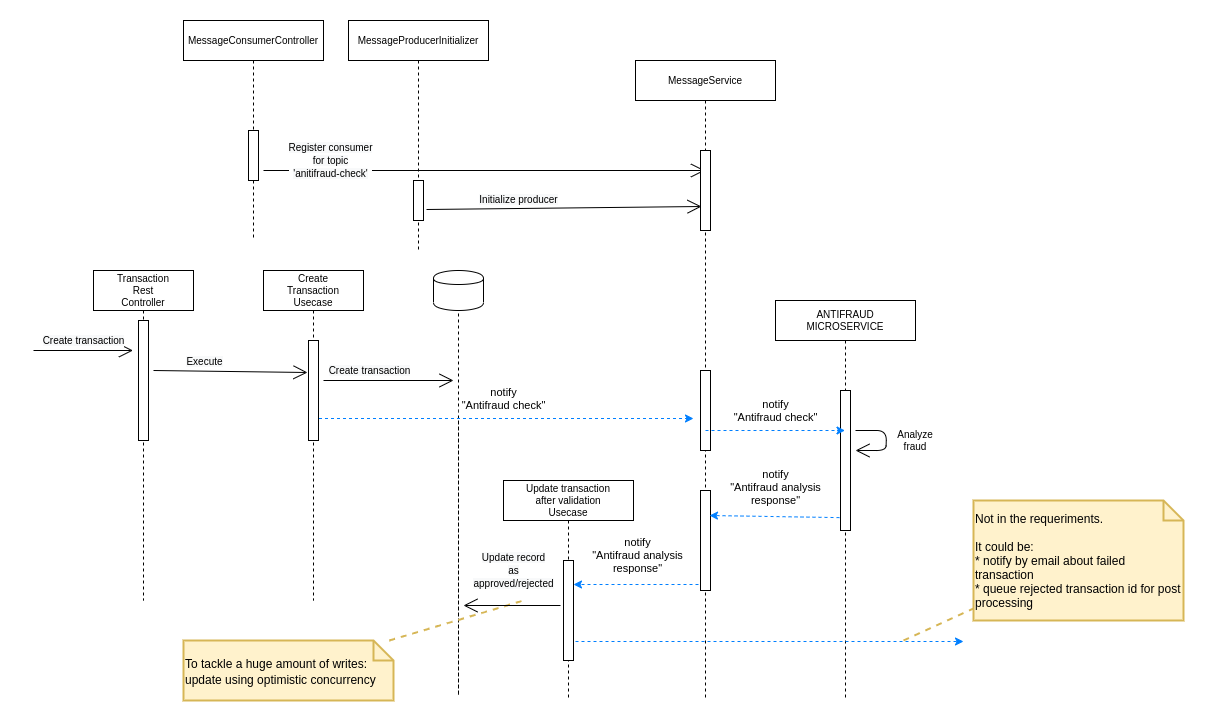
The draw.io diagram images/transaction-microservice-detailed-sequence-diagram.png in yaperos/app-nodejs-codechallenge, before a commit. Source tidied: cells renumbered, new cells last; positions are measured from the earlier drawing's top-left corner, leaving out a move shared by most shapes.
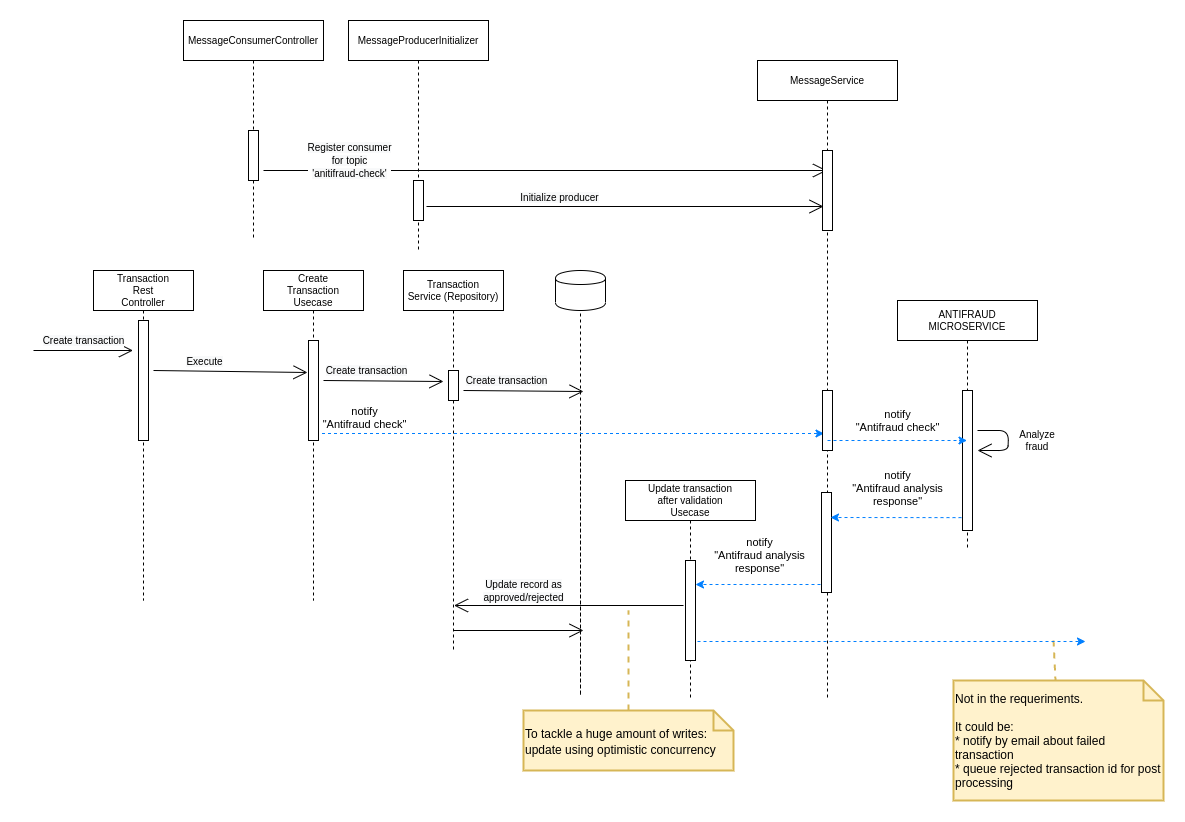
The same file after the commit.

Commit message:
detailed sequence diagram of Transaction microservice

What changed in the source:
```diff
@@ -15,14 +15,14 @@
       <mxGeometry x="45" y="50" width="10" height="120" as="geometry" />
     </mxCell>
     <mxCell id="6" style="shape=cylinder;whiteSpace=wrap;html=1;boundedLbl=1;backgroundOutline=1;" parent="1" vertex="1">
-      <mxGeometry x="400" y="250" width="50" height="40" as="geometry" />
+      <mxGeometry x="522" y="250" width="50" height="40" as="geometry" />
     </mxCell>
     <mxCell id="7" style="endArrow=none;dashed=1;html=1;entryX=0.5;entryY=1;entryDx=0;entryDy=0;" parent="1" edge="1" target="6">
       <mxGeometry relative="1" as="geometry">
-        <mxPoint x="425" y="400" as="sourcePoint" />
+        <mxPoint x="547" y="400" as="sourcePoint" />
         <Array as="points">
-          <mxPoint x="425" y="680" />
-          <mxPoint x="425" y="400" />
+          <mxPoint x="547" y="680" />
+          <mxPoint x="547" y="400" />
         </Array>
       </mxGeometry>
     </mxCell>
@@ -32,20 +32,20 @@
       </mxGeometry>
     </mxCell>
     <mxCell id="9" value="notify&lt;br&gt;&quot;Antifraud check&quot;" style="endArrow=classic;html=1;dashed=1;strokeColor=#007FFF;" parent="1" edge="1">
-      <mxGeometry y="20" relative="1" as="geometry">
-        <mxPoint x="279.5" y="398" as="sourcePoint" />
-        <mxPoint x="660" y="398" as="targetPoint" />
+      <mxGeometry x="-0.79" y="16" relative="1" as="geometry">
+        <mxPoint x="276.5" y="413" as="sourcePoint" />
+        <mxPoint x="790.5" y="413" as="targetPoint" />
       </mxGeometry>
     </mxCell>
     <mxCell id="10" value="Analyze fraud" style="text;html=1;strokeColor=none;fillColor=none;align=center;verticalAlign=middle;whiteSpace=wrap;rounded=0;fontSize=10;" parent="1" vertex="1">
-      <mxGeometry x="862" y="410" width="40" height="20" as="geometry" />
+      <mxGeometry x="984" y="410" width="40" height="20" as="geometry" />
     </mxCell>
     <mxCell id="11" value="&lt;font style=&quot;font-size: 12px&quot;&gt;To tackle a huge amount of writes:&lt;br&gt;update using&amp;nbsp;optimistic concurrency&lt;/font&gt;" style="shape=note;strokeWidth=2;fontSize=14;size=20;whiteSpace=wrap;html=1;fillColor=#fff2cc;strokeColor=#d6b656;align=left;" parent="1" vertex="1">
-      <mxGeometry x="150" y="620" width="210" height="60" as="geometry" />
+      <mxGeometry x="490" y="690" width="210" height="60" as="geometry" />
     </mxCell>
     <mxCell id="12" style="rounded=0;jettySize=auto;html=1;labelBackgroundColor=#E6F2F8;startArrow=none;startFill=0;endArrow=none;endFill=0;fontSize=12;fontColor=#003300;dashed=1;fillColor=#fff2cc;strokeColor=#d6b656;strokeWidth=2;" parent="1" edge="1" source="11">
       <mxGeometry relative="1" as="geometry">
-        <mxPoint x="490" y="580" as="targetPoint" />
+        <mxPoint x="595" y="590" as="targetPoint" />
       </mxGeometry>
     </mxCell>
     <mxCell id="13" value="MessageProducerInitializer" style="shape=umlLifeline;perimeter=lifelinePerimeter;whiteSpace=wrap;html=1;fontSize=10;" parent="1" vertex="1">
@@ -56,26 +56,27 @@
     </mxCell>
     <mxCell id="15" style="endArrow=open;endFill=1;endSize=12;html=1;" parent="1" edge="1">
       <mxGeometry relative="1" as="geometry">
-        <mxPoint x="822" y="410" as="sourcePoint" />
-        <mxPoint x="822" y="430" as="targetPoint" />
+        <mxPoint x="944" y="410" as="sourcePoint" />
+        <mxPoint x="944" y="430" as="targetPoint" />
         <Array as="points">
-          <mxPoint x="853" y="410" />
-          <mxPoint x="852.5" y="430" />
+          <mxPoint x="975" y="410" />
+          <mxPoint x="974.5" y="430" />
         </Array>
       </mxGeometry>
     </mxCell>
     <mxCell id="16" value="MessageService" style="shape=umlLifeline;perimeter=lifelinePerimeter;whiteSpace=wrap;html=1;outlineConnect=0;fontSize=10;" parent="1" vertex="1">
-      <mxGeometry x="602" y="40" width="140" height="640" as="geometry" />
+      <mxGeometry x="724" y="40" width="140" height="640" as="geometry" />
     </mxCell>
     <mxCell id="17" style="html=1;points=[];perimeter=orthogonalPerimeter;" parent="16" vertex="1">
       <mxGeometry x="65" y="90" width="10" height="80" as="geometry" />
     </mxCell>
     <mxCell id="18" style="html=1;points=[];perimeter=orthogonalPerimeter;" parent="16" vertex="1">
-      <mxGeometry x="65" y="430" width="10" height="100" as="geometry" />
+      <mxGeometry x="64" y="432" width="10" height="100" as="geometry" />
     </mxCell>
-    <mxCell id="19" value="&lt;span style=&quot;font-size: 10px ; background-color: rgb(248 , 249 , 250)&quot;&gt;Initialize producer&lt;/span&gt;" style="endArrow=open;endFill=1;endSize=12;html=1;exitX=1.5;exitY=0.725;exitDx=0;exitDy=0;exitPerimeter=0;entryX=0.1;entryY=0.7;entryDx=0;entryDy=0;entryPerimeter=0;" parent="1" edge="1" target="17">
+    <mxCell id="19" value="&lt;span style=&quot;font-size: 10px ; background-color: rgb(248 , 249 , 250)&quot;&gt;Initialize producer&lt;/span&gt;" style="endArrow=open;endFill=1;endSize=12;html=1;" parent="1" edge="1">
       <mxGeometry x="-0.33" y="9" relative="1" as="geometry">
-        <mxPoint x="393" y="189" as="sourcePoint" />
+        <mxPoint x="393" y="186" as="sourcePoint" />
+        <mxPoint x="790" y="186" as="targetPoint" />
       </mxGeometry>
     </mxCell>
     <mxCell id="20" value="&lt;span style=&quot;font-size: 10px ; background-color: rgb(248 , 249 , 250)&quot;&gt;Create transaction&lt;/span&gt;" style="endArrow=open;endFill=1;endSize=12;html=1;" parent="1" edge="1">
@@ -95,59 +96,77 @@
         <mxPoint x="120" y="350" as="sourcePoint" />
       </mxGeometry>
     </mxCell>
-    <mxCell id="24" value="&lt;span style=&quot;font-size: 10px ; background-color: rgb(248 , 249 , 250)&quot;&gt;Create transaction&lt;/span&gt;" style="endArrow=open;endFill=1;endSize=12;html=1;" parent="1" edge="1">
+    <mxCell id="24" value="&lt;span style=&quot;font-size: 10px ; background-color: rgb(248 , 249 , 250)&quot;&gt;Create transaction&lt;/span&gt;" style="endArrow=open;endFill=1;endSize=12;html=1;entryX=-0.5;entryY=0.367;entryDx=0;entryDy=0;entryPerimeter=0;" parent="1" edge="1" target="38">
       <mxGeometry x="-0.29" y="10" relative="1" as="geometry">
         <mxPoint x="290" y="360" as="sourcePoint" />
-        <mxPoint x="420" y="360" as="targetPoint" />
       </mxGeometry>
     </mxCell>
     <mxCell id="25" style="html=1;perimeter=orthogonalPerimeter;" parent="1" vertex="1">
-      <mxGeometry x="667" y="350" width="10" height="80" as="geometry" />
+      <mxGeometry x="789" y="370" width="10" height="60" as="geometry" />
     </mxCell>
     <mxCell id="26" value="ANTIFRAUD&lt;br&gt;MICROSERVICE" style="shape=umlLifeline;perimeter=lifelinePerimeter;whiteSpace=wrap;html=1;fontSize=10;" parent="1" vertex="1">
-      <mxGeometry x="742" y="280" width="140" height="400" as="geometry" />
+      <mxGeometry x="864" y="280" width="140" height="250" as="geometry" />
     </mxCell>
     <mxCell id="27" style="html=1;points=[];perimeter=orthogonalPerimeter;" parent="26" vertex="1">
       <mxGeometry x="65" y="90" width="10" height="140" as="geometry" />
     </mxCell>
     <mxCell id="28" value="notify&lt;br&gt;&quot;Antifraud check&quot;" style="endArrow=classic;html=1;dashed=1;strokeColor=#007FFF;" parent="1" edge="1">
       <mxGeometry y="20" relative="1" as="geometry">
-        <mxPoint x="672" y="410" as="sourcePoint" />
-        <mxPoint x="811.5" y="410" as="targetPoint" />
+        <mxPoint x="794" y="420" as="sourcePoint" />
+        <mxPoint x="933.5" y="420" as="targetPoint" />
       </mxGeometry>
     </mxCell>
     <mxCell id="29" value="notify&lt;br&gt;&quot;Antifraud analysis&lt;br&gt;response&quot;" style="endArrow=classic;html=1;dashed=1;strokeColor=#007FFF;entryX=0.9;entryY=0.25;entryDx=0;entryDy=0;entryPerimeter=0;exitX=-0.1;exitY=0.908;exitDx=0;exitDy=0;exitPerimeter=0;" parent="1" edge="1" source="27" target="18">
       <mxGeometry x="-0.02" y="-29" relative="1" as="geometry" />
     </mxCell>
     <mxCell id="30" value="Update&amp;nbsp;transaction&lt;br&gt;after validation&lt;br&gt;Usecase" style="shape=umlLifeline;perimeter=lifelinePerimeter;whiteSpace=wrap;html=1;fontSize=10;" parent="1" vertex="1">
-      <mxGeometry x="470" y="460" width="130" height="220" as="geometry" />
+      <mxGeometry x="592" y="460" width="130" height="220" as="geometry" />
     </mxCell>
     <mxCell id="31" style="html=1;points=[];perimeter=orthogonalPerimeter;" parent="30" vertex="1">
       <mxGeometry x="60" y="80" width="10" height="100" as="geometry" />
     </mxCell>
     <mxCell id="32" value="notify&lt;br&gt;&quot;Antifraud analysis&lt;br&gt;response&quot;" style="endArrow=classic;html=1;dashed=1;strokeColor=#007FFF;exitX=-0.2;exitY=0.76;exitDx=0;exitDy=0;exitPerimeter=0;" parent="1" edge="1">
       <mxGeometry x="-0.02" y="-29" relative="1" as="geometry">
-        <mxPoint x="665" y="564" as="sourcePoint" />
-        <mxPoint x="540" y="564" as="targetPoint" />
+        <mxPoint x="787" y="564" as="sourcePoint" />
+        <mxPoint x="662" y="564" as="targetPoint" />
       </mxGeometry>
     </mxCell>
-    <mxCell id="33" value="&lt;span style=&quot;font-size: 10px ; background-color: rgb(248 , 249 , 250)&quot;&gt;Update record&lt;br&gt;as&lt;br&gt;approved/rejected&lt;br&gt;&lt;/span&gt;" style="endArrow=open;endFill=1;endSize=12;html=1;exitX=-0.3;exitY=0.45;exitDx=0;exitDy=0;exitPerimeter=0;" parent="1" edge="1" source="31">
-      <mxGeometry x="-0.03" y="-35" relative="1" as="geometry">
-        <mxPoint x="430" y="585" as="targetPoint" />
+    <mxCell id="33" value="&lt;span style=&quot;font-size: 10px ; background-color: rgb(248 , 249 , 250)&quot;&gt;Update record as&lt;br&gt;approved/rejected&lt;br&gt;&lt;/span&gt;" style="endArrow=open;endFill=1;endSize=12;html=1;exitX=-0.3;exitY=0.45;exitDx=0;exitDy=0;exitPerimeter=0;" parent="1" edge="1">
+      <mxGeometry x="0.39" y="-15" relative="1" as="geometry">
+        <mxPoint x="650" y="585" as="sourcePoint" />
+        <mxPoint x="420.5" y="585" as="targetPoint" />
       </mxGeometry>
     </mxCell>
     <mxCell id="34" value="&lt;span style=&quot;font-size: 12px&quot;&gt;Not in the requeriments.&lt;br style=&quot;font-size: 12px&quot;&gt;&lt;/span&gt;&lt;br style=&quot;font-size: 12px&quot;&gt;It could be:&lt;br style=&quot;font-size: 12px&quot;&gt;* notify by email about failed transaction&lt;br style=&quot;font-size: 12px&quot;&gt;* queue rejected transaction id for post processing" style="shape=note;strokeWidth=2;fontSize=12;size=20;whiteSpace=wrap;html=1;fillColor=#fff2cc;strokeColor=#d6b656;align=left;" parent="1" vertex="1">
-      <mxGeometry x="940" y="480" width="210" height="120" as="geometry" />
+      <mxGeometry x="920" y="660" width="210" height="120" as="geometry" />
     </mxCell>
     <mxCell id="35" style="rounded=0;jettySize=auto;html=1;labelBackgroundColor=#E6F2F8;startArrow=none;startFill=0;endArrow=none;endFill=0;fontSize=12;fontColor=#003300;dashed=1;fillColor=#fff2cc;strokeColor=#d6b656;strokeWidth=2;" parent="1" edge="1" target="34">
       <mxGeometry relative="1" as="geometry">
-        <mxPoint x="870" y="620" as="sourcePoint" />
+        <mxPoint x="1020" y="620" as="sourcePoint" />
       </mxGeometry>
     </mxCell>
     <mxCell id="36" style="endArrow=classic;html=1;dashed=1;strokeColor=#007FFF;exitX=1.2;exitY=0.81;exitDx=0;exitDy=0;exitPerimeter=0;" parent="1" edge="1" source="31">
       <mxGeometry x="-0.02" y="-29" relative="1" as="geometry">
-        <mxPoint x="930" y="621" as="targetPoint" />
+        <mxPoint x="1052" y="621" as="targetPoint" />
       </mxGeometry>
     </mxCell>
+    <mxCell id="37" value="Transaction&lt;br&gt;Service (Repository)" style="shape=umlLifeline;perimeter=lifelinePerimeter;whiteSpace=wrap;html=1;fontSize=10;" parent="1" vertex="1">
+      <mxGeometry x="370" y="250" width="100" height="380" as="geometry" />
+    </mxCell>
+    <mxCell id="38" style="html=1;points=[];perimeter=orthogonalPerimeter;" parent="37" vertex="1">
+      <mxGeometry x="45" y="100" width="10" height="30" as="geometry" />
+    </mxCell>
+    <mxCell id="39" value="&lt;span style=&quot;font-size: 10px ; background-color: rgb(248 , 249 , 250)&quot;&gt;Create transaction&lt;/span&gt;" style="endArrow=open;endFill=1;endSize=12;html=1;entryX=-0.5;entryY=0.367;entryDx=0;entryDy=0;entryPerimeter=0;" parent="1" edge="1">
+      <mxGeometry x="-0.29" y="10" relative="1" as="geometry">
+        <mxPoint x="430" y="370" as="sourcePoint" />
+        <mxPoint x="550" y="371" as="targetPoint" />
+      </mxGeometry>
+    </mxCell>
+    <mxCell id="40" style="endArrow=open;endFill=1;endSize=12;html=1;" parent="1" edge="1">
+      <mxGeometry x="-0.29" y="10" relative="1" as="geometry">
+        <mxPoint x="420" y="610" as="sourcePoint" />
+        <mxPoint x="550" y="610" as="targetPoint" />
+      </mxGeometry>
+    </mxCell>
   </root>
 </mxGraphModel>
```
